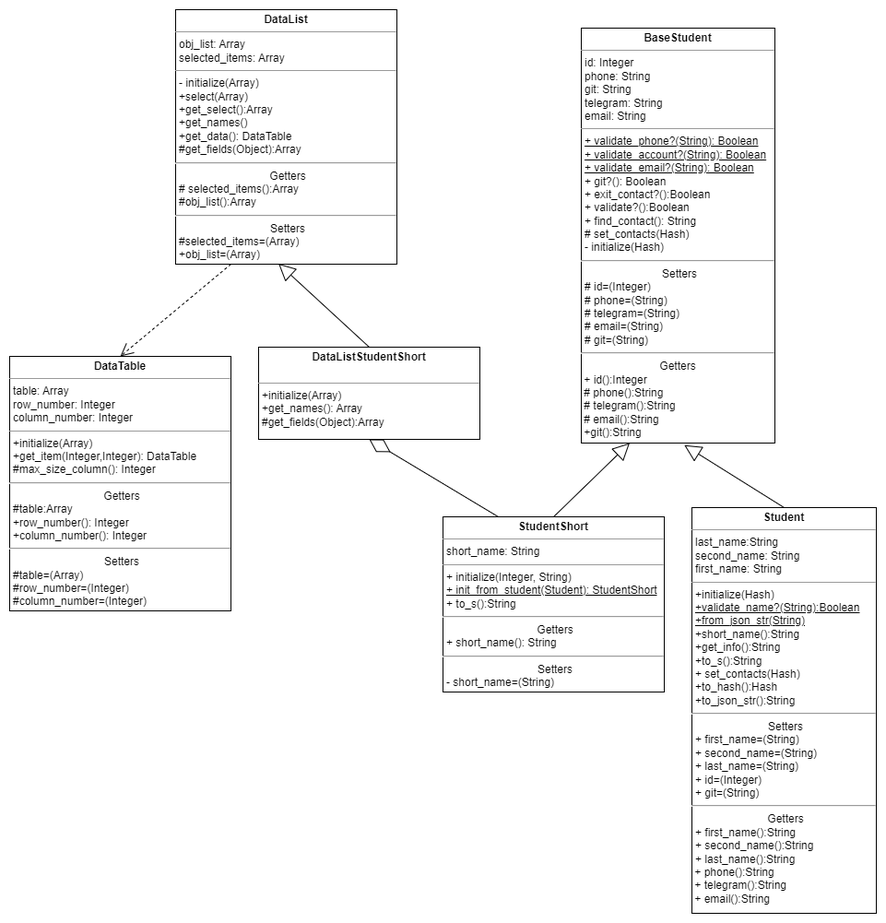
The draw.io diagram lab2/diagrams/student_diagr.png in rmyau/pattern_labs, before a commit. Source tidied: cells renumbered, new cells last; positions are measured from the earlier drawing's top-left corner, leaving out a move shared by most shapes.
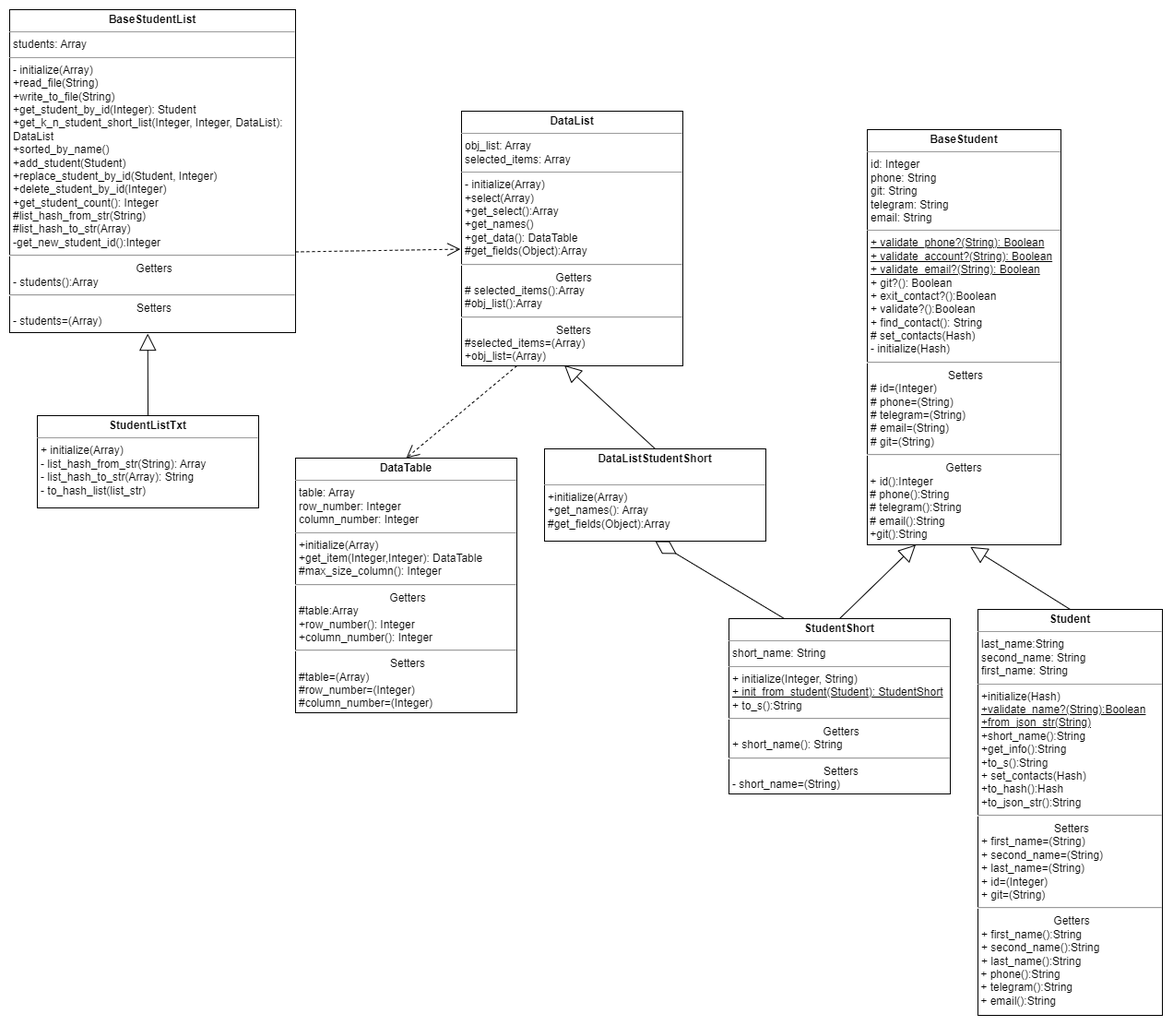
The same file after the commit.

Change to the diagram source:
```diff
@@ -35,5 +35,17 @@
     <mxCell id="12" style="endArrow=diamondThin;endFill=0;endSize=24;html=1;rounded=0;exitX=0.25;exitY=0;exitDx=0;exitDy=0;entryX=0.5;entryY=1;entryDx=0;entryDy=0;" parent="1" edge="1" source="6" target="8">
       <mxGeometry relative="1" as="geometry" />
     </mxCell>
+    <mxCell id="13" value="&lt;p style=&quot;margin:0px;margin-top:4px;text-align:center;&quot;&gt;&lt;b&gt;BaseStudentList&lt;/b&gt;&lt;/p&gt;&lt;hr size=&quot;1&quot;&gt;&lt;p style=&quot;margin:0px;margin-left:4px;&quot;&gt;students: Array&lt;/p&gt;&lt;hr size=&quot;1&quot;&gt;&lt;p style=&quot;margin:0px;margin-left:4px;&quot;&gt;- initialize(Array)&lt;/p&gt;&lt;p style=&quot;margin:0px;margin-left:4px;&quot;&gt;+read_file(String)&lt;/p&gt;&lt;p style=&quot;margin:0px;margin-left:4px;&quot;&gt;+write_to_file(String)&lt;/p&gt;&lt;p style=&quot;margin:0px;margin-left:4px;&quot;&gt;+get_student_by_id(Integer): Student&lt;/p&gt;&lt;p style=&quot;margin:0px;margin-left:4px;&quot;&gt;+get_k_n_student_short_list(Integer, Integer, DataList): DataList&lt;/p&gt;&lt;p style=&quot;margin:0px;margin-left:4px;&quot;&gt;+sorted_by_name()&lt;/p&gt;&lt;p style=&quot;margin:0px;margin-left:4px;&quot;&gt;+add_student(Student)&lt;/p&gt;&lt;p style=&quot;margin:0px;margin-left:4px;&quot;&gt;+replace_student_by_id(Student, Integer)&lt;/p&gt;&lt;p style=&quot;margin:0px;margin-left:4px;&quot;&gt;+delete_student_by_id(Integer)&lt;/p&gt;&lt;p style=&quot;margin:0px;margin-left:4px;&quot;&gt;+get_student_count(): Integer&lt;/p&gt;&lt;p style=&quot;margin:0px;margin-left:4px;&quot;&gt;#list_hash_from_str(String)&lt;/p&gt;&lt;p style=&quot;margin:0px;margin-left:4px;&quot;&gt;#list_hash_to_str(Array)&lt;/p&gt;&lt;p style=&quot;margin:0px;margin-left:4px;&quot;&gt;-get_new_student_id():Integer&lt;/p&gt;&lt;hr&gt;&lt;p style=&quot;text-align: center; margin: 0px 0px 0px 4px;&quot;&gt;&lt;/p&gt;&lt;p style=&quot;text-align: center; margin: 0px 0px 0px 4px;&quot;&gt;Getters&lt;/p&gt;&lt;p style=&quot;margin:0px;margin-left:4px;&quot;&gt;- students():Array&lt;/p&gt;&lt;hr&gt;&lt;p style=&quot;border-color: var(--border-color); text-align: center; margin: 0px 0px 0px 4px;&quot;&gt;Setters&lt;/p&gt;&lt;p style=&quot;border-color: var(--border-color); margin: 0px 0px 0px 4px;&quot;&gt;- students=(Array)&lt;/p&gt;" style="verticalAlign=top;align=left;overflow=fill;fontSize=12;fontFamily=Helvetica;html=1;whiteSpace=wrap;" parent="1" vertex="1">
+      <mxGeometry x="-310" y="-110" width="310" height="350" as="geometry" />
+    </mxCell>
+    <mxCell id="14" value="&lt;p style=&quot;margin:0px;margin-top:4px;text-align:center;&quot;&gt;&lt;b&gt;StudentListTxt&lt;/b&gt;&lt;/p&gt;&lt;hr size=&quot;1&quot;&gt;&lt;p style=&quot;margin:0px;margin-left:4px;&quot;&gt;+ initialize(Array)&lt;/p&gt;&lt;p style=&quot;margin:0px;margin-left:4px;&quot;&gt;- list_hash_from_str(String): Array&lt;/p&gt;&lt;p style=&quot;margin:0px;margin-left:4px;&quot;&gt;- list_hash_to_str(Array): String&lt;/p&gt;&lt;p style=&quot;margin:0px;margin-left:4px;&quot;&gt;- to_hash_list(list_str)&lt;/p&gt;&lt;p style=&quot;margin:0px;margin-left:4px;&quot;&gt;&lt;br&gt;&lt;/p&gt;&lt;p style=&quot;text-align: center; margin: 0px 0px 0px 4px;&quot;&gt;&lt;br&gt;&lt;/p&gt;" style="verticalAlign=top;align=left;overflow=fill;fontSize=12;fontFamily=Helvetica;html=1;whiteSpace=wrap;" parent="1" vertex="1">
+      <mxGeometry x="-280" y="330" width="240" height="100" as="geometry" />
+    </mxCell>
+    <mxCell id="15" value="Extends" style="endArrow=block;endSize=16;endFill=0;html=1;rounded=0;entryX=0.483;entryY=1.003;entryDx=0;entryDy=0;entryPerimeter=0;textOpacity=0;exitX=0.5;exitY=0;exitDx=0;exitDy=0;" parent="1" edge="1" source="14" target="13">
+      <mxGeometry x="0.07" y="-15" relative="1" as="geometry" />
+    </mxCell>
+    <mxCell id="16" value="Use" style="endArrow=open;endSize=12;dashed=1;html=1;rounded=0;entryX=-0.005;entryY=0.542;entryDx=0;entryDy=0;exitX=1;exitY=0.75;exitDx=0;exitDy=0;textOpacity=0;entryPerimeter=0;" parent="1" edge="1" source="13" target="7">
+      <mxGeometry relative="1" as="geometry" />
+    </mxCell>
   </root>
 </mxGraphModel>
```
